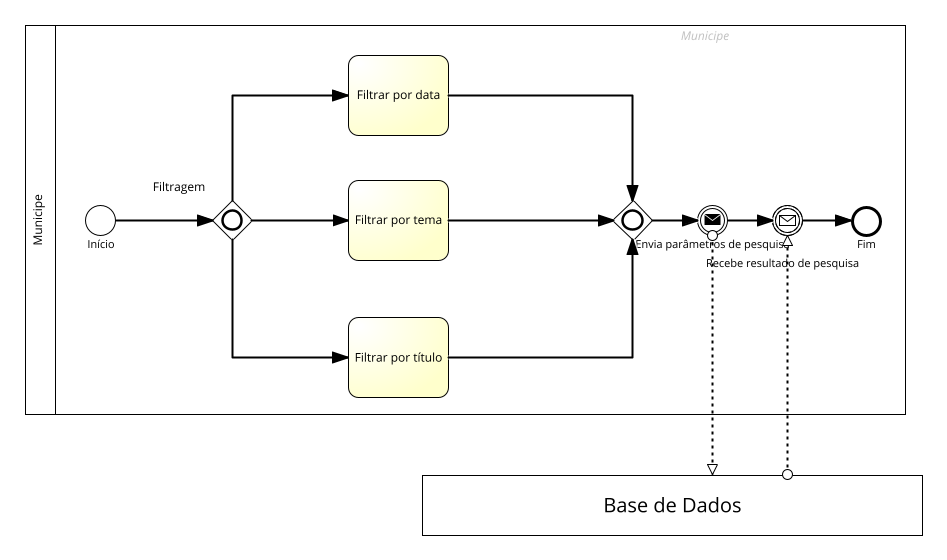
This is BPMNs/Noticias/Images/RFN4.png from Municip-io-org/Municip.io, a BPMN export, as it was before one commit. Its source is kept beside it as BPMNs/Noticias/RFN4.bpmn. Ids are renumbered.
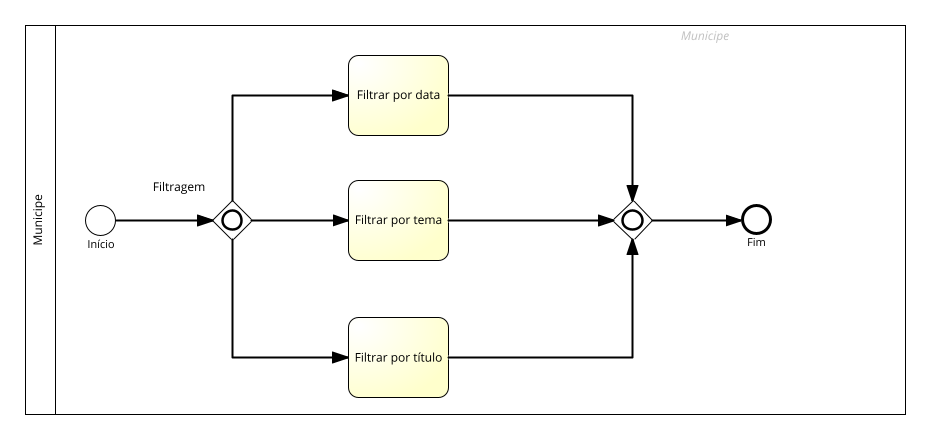
Later version of the same file.

Change to the diagram source:
```diff
@@ -1,11 +1,11 @@
-<?xml version="1.0" encoding="UTF-8"?><definitions xmlns="http://www.omg.org/spec/BPMN/20100524/MODEL" xmlns:bpmndi="http://www.omg.org/spec/BPMN/20100524/DI" xmlns:omgdc="http://www.omg.org/spec/DD/20100524/DC" xmlns:omgdi="http://www.omg.org/spec/DD/20100524/DI" xmlns:signavio="http://www.signavio.com" xmlns:xsi="http://www.w3.org/2001/XMLSchema-instance" exporter="Signavio Process Editor, http://www.signavio.com" exporterVersion="17.9.0" expressionLanguage="http://www.w3.org/TR/XPath" id="sid-157a9c1d-6e66-48d1-b200-639b5a5a9c5f" targetNamespace="http://www.signavio.com" typeLanguage="http://www.w3.org/2001/XMLSchema" xsi:schemaLocation="http://www.omg.org/spec/BPMN/20100524/MODEL http://www.omg.org/spec/BPMN/2.0/20100501/BPMN20.xsd">
-   <collaboration id="sid-ad73241c-e889-4287-970d-35ab36586cd3">
+<?xml version="1.0" encoding="UTF-8"?><definitions xmlns="http://www.omg.org/spec/BPMN/20100524/MODEL" xmlns:bpmndi="http://www.omg.org/spec/BPMN/20100524/DI" xmlns:omgdc="http://www.omg.org/spec/DD/20100524/DC" xmlns:omgdi="http://www.omg.org/spec/DD/20100524/DI" xmlns:signavio="http://www.signavio.com" xmlns:xsi="http://www.w3.org/2001/XMLSchema-instance" exporter="Signavio Process Editor, http://www.signavio.com" exporterVersion="17.15.0" expressionLanguage="http://www.w3.org/TR/XPath" id="sid-157a9c1d-6e66-48d1-b200-639b5a5a9c5f" targetNamespace="http://www.signavio.com" typeLanguage="http://www.w3.org/2001/XMLSchema" xsi:schemaLocation="http://www.omg.org/spec/BPMN/20100524/MODEL http://www.omg.org/spec/BPMN/2.0/20100501/BPMN20.xsd">
+   <collaboration id="sid-e9a7ad6e-2c09-41bf-b756-a25a3d3d9d16">
       <extensionElements>
          <signavio:signavioDiagramMetaData metaKey="prozessreifegrad" metaValue=""/>
          <signavio:signavioDiagramMetaData metaKey="iso9000ff" metaValue=""/>
          <signavio:signavioDiagramMetaData metaKey="processgoal" metaValue=""/>
          <signavio:signavioDiagramMetaData metaKey="meta-processowner" metaValue=""/>
-         <signavio:signavioDiagramMetaData metaKey="revisionid" metaValue="e3fc095404754c6c994b25d1fa93bbdc"/>
+         <signavio:signavioDiagramMetaData metaKey="revisionid" metaValue="eb7cad2e6b3b47d7afd05b3ccc3c3446"/>
       </extensionElements>
       <participant id="sid-DCD7CCAA-8809-4F1B-8243-74C1F9A059E7" name="Municipe" processRef="sid-C5FCC706-77D1-43B8-A001-2AEE66B290E7">
          <extensionElements>
@@ -13,26 +13,10 @@
             <signavio:signavioMetaData metaKey="bordercolor" metaValue="#000000"/>
          </extensionElements>
       </participant>
-      <participant id="sid-7A2A18C4-8FF3-4B7F-8CB9-556A29F79665" name="Base de Dados">
-         <extensionElements>
-            <signavio:signavioMetaData metaKey="bgcolor" metaValue="#ffffff"/>
-            <signavio:signavioMetaData metaKey="bordercolor" metaValue="#000000"/>
-         </extensionElements>
-      </participant>
-      <messageFlow id="sid-9C38969F-3E91-4042-A776-61A2841BA065" name="" sourceRef="sid-7A2A18C4-8FF3-4B7F-8CB9-556A29F79665" targetRef="sid-7187E254-A6F9-4554-86D1-46EA170EED2A">
-         <extensionElements>
-            <signavio:signavioMetaData metaKey="bordercolor" metaValue="#000000"/>
-         </extensionElements>
-      </messageFlow>
-      <messageFlow id="sid-03A1FD18-241A-4FD0-B939-0E3BC4689478" name="" sourceRef="sid-91C67C67-34A7-4FA0-9FC8-8E1BB63CE166" targetRef="sid-7A2A18C4-8FF3-4B7F-8CB9-556A29F79665">
-         <extensionElements>
-            <signavio:signavioMetaData metaKey="bordercolor" metaValue="#000000"/>
-         </extensionElements>
-      </messageFlow>
    </collaboration>
    <process id="sid-C5FCC706-77D1-43B8-A001-2AEE66B290E7" isClosed="false" isExecutable="false" name="Municipe" processType="None">
       <extensionElements/>
-      <laneSet id="sid-7f018409-044d-4947-ad14-b5edd7bd2057">
+      <laneSet id="sid-403eb311-b7a1-45fb-b07a-7717f91ca465">
          <lane id="sid-DBAD523A-2900-402E-BD57-1C6D17B38129">
             <extensionElements>
                <signavio:signavioMetaData metaKey="bgcolor" metaValue=""/>
@@ -45,8 +29,6 @@
             <flowNodeRef>sid-00DCC2E5-50A8-4701-A225-8251F32587C0</flowNodeRef>
             <flowNodeRef>sid-D9150A72-08A4-4C97-86B4-F2873805C495</flowNodeRef>
             <flowNodeRef>sid-4A91B732-51C6-48BF-9880-CD3CCF8035FC</flowNodeRef>
-            <flowNodeRef>sid-91C67C67-34A7-4FA0-9FC8-8E1BB63CE166</flowNodeRef>
-            <flowNodeRef>sid-7187E254-A6F9-4554-86D1-46EA170EED2A</flowNodeRef>
          </lane>
       </laneSet>
       <startEvent id="sid-8EEF604C-9214-4168-8D76-3311E387D966" isInterrupting="true" name="Início">
@@ -115,7 +97,7 @@
          <incoming>sid-0D5DDE34-E469-4FB5-A05E-AB993D0AF1B6</incoming>
          <incoming>sid-10468F64-1A49-4706-A99F-138A698219B2</incoming>
          <incoming>sid-FD92AD95-645E-4B66-8178-232144655B26</incoming>
-         <outgoing>sid-E79D5698-C195-4620-8A24-09EFE0690895</outgoing>
+         <outgoing>sid-273E1D35-95B7-4D8A-91E4-7AA9AF88100F</outgoing>
       </inclusiveGateway>
       <endEvent id="sid-4A91B732-51C6-48BF-9880-CD3CCF8035FC" name="Fim">
          <extensionElements>
@@ -123,27 +105,8 @@
             <signavio:signavioMetaData metaKey="bordercolor" metaValue="#000000"/>
             <signavio:signavioMetaData metaKey="nachfolgerprozesse" metaValue="[]"/>
          </extensionElements>
-         <incoming>sid-C6573833-553C-42A5-9EC3-EE5E715EEE68</incoming>
+         <incoming>sid-273E1D35-95B7-4D8A-91E4-7AA9AF88100F</incoming>
       </endEvent>
-      <intermediateThrowEvent id="sid-91C67C67-34A7-4FA0-9FC8-8E1BB63CE166" name="Envia parâmetros de pesquisa">
-         <extensionElements>
-            <signavio:signavioMetaData metaKey="bgcolor" metaValue="#ffffff"/>
-            <signavio:signavioMetaData metaKey="bordercolor" metaValue="#000000"/>
-         </extensionElements>
-         <incoming>sid-E79D5698-C195-4620-8A24-09EFE0690895</incoming>
-         <outgoing>sid-2A3E7902-C00C-4DA2-916F-8A6196B5D660</outgoing>
-         <messageEventDefinition id="sid-cbe91dd7-cba6-4d7a-9fe7-403e6a5521a9"/>
-      </intermediateThrowEvent>
-      <intermediateCatchEvent id="sid-7187E254-A6F9-4554-86D1-46EA170EED2A" name="Recebe resultado de pesquisa">
-         <extensionElements>
-            <signavio:signavioMetaData metaKey="bgcolor" metaValue="#ffffff"/>
-            <signavio:signavioMetaData metaKey="bordercolor" metaValue="#000000"/>
-            <signavio:signavioLabel ref="text_name" valign="middle" x="10.0" y="58.0"/>
-         </extensionElements>
-         <incoming>sid-2A3E7902-C00C-4DA2-916F-8A6196B5D660</incoming>
-         <outgoing>sid-C6573833-553C-42A5-9EC3-EE5E715EEE68</outgoing>
-         <messageEventDefinition id="sid-5d3890af-2621-465f-b065-77747f4db33c"/>
-      </intermediateCatchEvent>
       <sequenceFlow id="sid-61CAD52C-0A13-4489-9014-22F4C92CA995" isImmediate="true" name="" sourceRef="sid-8EEF604C-9214-4168-8D76-3311E387D966" targetRef="sid-E88CD57F-013B-4EA9-AF2A-E59AA53CC096">
          <extensionElements>
             <signavio:signavioMetaData metaKey="bordercolor" metaValue="#000000"/>
@@ -179,147 +142,103 @@
             <signavio:signavioMetaData metaKey="bordercolor" metaValue="#000000"/>
          </extensionElements>
       </sequenceFlow>
-      <sequenceFlow id="sid-E79D5698-C195-4620-8A24-09EFE0690895" isImmediate="true" name="" sourceRef="sid-D9150A72-08A4-4C97-86B4-F2873805C495" targetRef="sid-91C67C67-34A7-4FA0-9FC8-8E1BB63CE166">
-         <extensionElements>
-            <signavio:signavioMetaData metaKey="bordercolor" metaValue="#000000"/>
-         </extensionElements>
-      </sequenceFlow>
-      <sequenceFlow id="sid-2A3E7902-C00C-4DA2-916F-8A6196B5D660" name="" sourceRef="sid-91C67C67-34A7-4FA0-9FC8-8E1BB63CE166" targetRef="sid-7187E254-A6F9-4554-86D1-46EA170EED2A">
-         <extensionElements>
-            <signavio:signavioMetaData metaKey="bordercolor" metaValue="#000000"/>
-         </extensionElements>
-      </sequenceFlow>
-      <sequenceFlow id="sid-C6573833-553C-42A5-9EC3-EE5E715EEE68" name="" sourceRef="sid-7187E254-A6F9-4554-86D1-46EA170EED2A" targetRef="sid-4A91B732-51C6-48BF-9880-CD3CCF8035FC">
+      <sequenceFlow id="sid-273E1D35-95B7-4D8A-91E4-7AA9AF88100F" name="" sourceRef="sid-D9150A72-08A4-4C97-86B4-F2873805C495" targetRef="sid-4A91B732-51C6-48BF-9880-CD3CCF8035FC">
          <extensionElements>
             <signavio:signavioMetaData metaKey="bordercolor" metaValue="#000000"/>
          </extensionElements>
       </sequenceFlow>
    </process>
-   <bpmndi:BPMNDiagram id="sid-353494e7-7646-4a70-bf51-4760f4989681">
-      <bpmndi:BPMNPlane bpmnElement="sid-ad73241c-e889-4287-970d-35ab36586cd3" id="sid-93eed7c4-e54b-4b18-932a-12e2827cfe80">
+   <bpmndi:BPMNDiagram id="sid-648dade4-c641-4c14-84b4-c2206f7eb8a3">
+      <bpmndi:BPMNPlane bpmnElement="sid-e9a7ad6e-2c09-41bf-b756-a25a3d3d9d16" id="sid-73e54b8e-2ebc-48c4-bbb1-3fccd5492c01">
          <bpmndi:BPMNShape bpmnElement="sid-DCD7CCAA-8809-4F1B-8243-74C1F9A059E7" id="sid-DCD7CCAA-8809-4F1B-8243-74C1F9A059E7_gui" isHorizontal="true">
-            <omgdc:Bounds height="389.71396330544144" width="880.5280365581698" x="402.5764887891917" y="330.032984186082"/>
-            <bpmndi:BPMNLabel labelStyle="sid-b1992dcf-4692-40e0-890f-244b825a6384">
-               <omgdc:Bounds height="45.514286041259766" width="12.0" x="407.57650176537726" y="502.1328228181728"/>
-            </bpmndi:BPMNLabel>
-         </bpmndi:BPMNShape>
-         <bpmndi:BPMNShape bpmnElement="sid-7A2A18C4-8FF3-4B7F-8CB9-556A29F79665" id="sid-7A2A18C4-8FF3-4B7F-8CB9-556A29F79665_gui" isHorizontal="true">
-            <omgdc:Bounds height="60.0" width="500.0" x="800.0" y="780.2784637484"/>
-            <bpmndi:BPMNLabel labelStyle="sid-b1992dcf-4692-40e0-890f-244b825a6384">
-               <omgdc:Bounds height="20.0" width="136.28570556640625" x="981.8571472167969" y="797.2784637484"/>
+            <omgdc:Bounds height="389.71396330544144" width="880.5280365581698" x="702.5764887891917" y="330.032984186082"/>
+            <bpmndi:BPMNLabel labelStyle="sid-3e6d5a98-cde3-4915-8704-0ee2efcd98c8">
+               <omgdc:Bounds height="45.514286041259766" width="12.0" x="707.5765017653772" y="502.1328228181728"/>
             </bpmndi:BPMNLabel>
          </bpmndi:BPMNShape>
          <bpmndi:BPMNShape bpmnElement="sid-DBAD523A-2900-402E-BD57-1C6D17B38129" id="sid-DBAD523A-2900-402E-BD57-1C6D17B38129_gui" isHorizontal="true">
-            <omgdc:Bounds height="389.71396330544144" width="850.5280365581698" x="432.5764887891917" y="330.032984186082"/>
+            <omgdc:Bounds height="389.71396330544144" width="850.5280365581698" x="732.5764887891917" y="330.032984186082"/>
          </bpmndi:BPMNShape>
          <bpmndi:BPMNShape bpmnElement="sid-8EEF604C-9214-4168-8D76-3311E387D966" id="sid-8EEF604C-9214-4168-8D76-3311E387D966_gui">
-            <omgdc:Bounds height="30.0" width="30.0" x="463.5448184927897" y="510.03297658599854"/>
-            <bpmndi:BPMNLabel labelStyle="sid-b6ecdd0a-f05b-4269-b5a0-208ad45ce981">
-               <omgdc:Bounds height="11.0" width="29.700000762939453" x="463.69481811132" y="542.0329765859985"/>
+            <omgdc:Bounds height="30.0" width="30.0" x="763.5448184927897" y="510.03297658599854"/>
+            <bpmndi:BPMNLabel labelStyle="sid-d90190ca-2346-4ea1-aa4a-588370b154f4">
+               <omgdc:Bounds height="11.0" width="29.700000762939453" x="763.6948181113199" y="542.0329765859985"/>
             </bpmndi:BPMNLabel>
          </bpmndi:BPMNShape>
          <bpmndi:BPMNShape bpmnElement="sid-E88CD57F-013B-4EA9-AF2A-E59AA53CC096" id="sid-E88CD57F-013B-4EA9-AF2A-E59AA53CC096_gui">
-            <omgdc:Bounds height="40.0" width="40.0" x="589.808689895101" y="505.03297666050435"/>
-            <bpmndi:BPMNLabel labelStyle="sid-b6ecdd0a-f05b-4269-b5a0-208ad45ce981">
-               <omgdc:Bounds height="12.0" width="49.371429443359375" x="533.4372604517416" y="484.03297666050435"/>
+            <omgdc:Bounds height="40.0" width="40.0" x="889.808689895101" y="505.03297666050435"/>
+            <bpmndi:BPMNLabel labelStyle="sid-d90190ca-2346-4ea1-aa4a-588370b154f4">
+               <omgdc:Bounds height="12.0" width="49.371429443359375" x="833.4372604517416" y="484.03297666050435"/>
             </bpmndi:BPMNLabel>
          </bpmndi:BPMNShape>
          <bpmndi:BPMNShape bpmnElement="sid-1807B23B-6447-451F-8563-2D61BA753D08" id="sid-1807B23B-6447-451F-8563-2D61BA753D08_gui">
-            <omgdc:Bounds height="80.0" width="100.0" x="726.0725543900562" y="360.0329905613992"/>
-            <bpmndi:BPMNLabel labelStyle="sid-b1992dcf-4692-40e0-890f-244b825a6384">
-               <omgdc:Bounds height="12.0" width="81.0" x="735.5725543900562" y="392.0329905613992"/>
+            <omgdc:Bounds height="80.0" width="100.0" x="1026.0725543900562" y="360.0329905613992"/>
+            <bpmndi:BPMNLabel labelStyle="sid-3e6d5a98-cde3-4915-8704-0ee2efcd98c8">
+               <omgdc:Bounds height="12.0" width="81.0" x="1035.5725543900562" y="392.0329905613992"/>
             </bpmndi:BPMNLabel>
          </bpmndi:BPMNShape>
          <bpmndi:BPMNShape bpmnElement="sid-245E7D58-AFA5-4433-93EE-1C125C90E307" id="sid-245E7D58-AFA5-4433-93EE-1C125C90E307_gui">
-            <omgdc:Bounds height="80.00000000000006" width="100.0" x="726.0725543900562" y="485.0329837599633"/>
-            <bpmndi:BPMNLabel labelStyle="sid-b1992dcf-4692-40e0-890f-244b825a6384">
-               <omgdc:Bounds height="12.0" width="84.08572387695312" x="734.0296924515796" y="517.0329837599634"/>
+            <omgdc:Bounds height="80.00000000000006" width="100.0" x="1026.0725543900562" y="485.0329837599633"/>
+            <bpmndi:BPMNLabel labelStyle="sid-3e6d5a98-cde3-4915-8704-0ee2efcd98c8">
+               <omgdc:Bounds height="12.0" width="84.08572387695312" x="1034.0296924515796" y="517.0329837599634"/>
             </bpmndi:BPMNLabel>
          </bpmndi:BPMNShape>
          <bpmndi:BPMNShape bpmnElement="sid-00DCC2E5-50A8-4701-A225-8251F32587C0" id="sid-00DCC2E5-50A8-4701-A225-8251F32587C0_gui">
-            <omgdc:Bounds height="80.0" width="100.0" x="726.0725652093804" y="622.6557201671992"/>
-            <bpmndi:BPMNLabel labelStyle="sid-b1992dcf-4692-40e0-890f-244b825a6384">
-               <omgdc:Bounds height="12.0" width="89.4857177734375" x="731.3297063226617" y="654.6557201671992"/>
+            <omgdc:Bounds height="80.0" width="100.0" x="1026.0725652093804" y="622.6557201671992"/>
+            <bpmndi:BPMNLabel labelStyle="sid-3e6d5a98-cde3-4915-8704-0ee2efcd98c8">
+               <omgdc:Bounds height="12.0" width="89.4857177734375" x="1031.3297063226617" y="654.6557201671992"/>
             </bpmndi:BPMNLabel>
          </bpmndi:BPMNShape>
          <bpmndi:BPMNShape bpmnElement="sid-D9150A72-08A4-4C97-86B4-F2873805C495" id="sid-D9150A72-08A4-4C97-86B4-F2873805C495_gui">
-            <omgdc:Bounds height="40.0" width="40.0" x="990.0989673118697" y="505.0329765859984"/>
+            <omgdc:Bounds height="40.0" width="40.0" x="1290.0989673118697" y="505.0329765859984"/>
          </bpmndi:BPMNShape>
          <bpmndi:BPMNShape bpmnElement="sid-4A91B732-51C6-48BF-9880-CD3CCF8035FC" id="sid-4A91B732-51C6-48BF-9880-CD3CCF8035FC_gui">
-            <omgdc:Bounds height="26.0" width="26.0" x="1229.999981671572" y="512.0329765561961"/>
-            <bpmndi:BPMNLabel labelStyle="sid-b6ecdd0a-f05b-4269-b5a0-208ad45ce981">
-               <omgdc:Bounds height="11.0" width="16.97142791748047" x="1235.5142677128317" y="542.0329765561961"/>
-            </bpmndi:BPMNLabel>
-         </bpmndi:BPMNShape>
-         <bpmndi:BPMNShape bpmnElement="sid-91C67C67-34A7-4FA0-9FC8-8E1BB63CE166" id="sid-91C67C67-34A7-4FA0-9FC8-8E1BB63CE166_gui">
-            <omgdc:Bounds height="30.0" width="30.0" x="1075.098951291647" y="510.03297658599837"/>
-            <bpmndi:BPMNLabel labelStyle="sid-b6ecdd0a-f05b-4269-b5a0-208ad45ce981">
-               <omgdc:Bounds height="11.0" width="150.62142944335938" x="1014.7882365699672" y="542.0329765859983"/>
-            </bpmndi:BPMNLabel>
-         </bpmndi:BPMNShape>
-         <bpmndi:BPMNShape bpmnElement="sid-7187E254-A6F9-4554-86D1-46EA170EED2A" id="sid-7187E254-A6F9-4554-86D1-46EA170EED2A_gui">
-            <omgdc:Bounds height="30.0" width="30.0" x="1150.0989673118697" y="510.03297658599837"/>
-            <bpmndi:BPMNLabel labelStyle="sid-b6ecdd0a-f05b-4269-b5a0-208ad45ce981">
-               <omgdc:Bounds height="11.0" width="148.5" x="1085.8489673118697" y="561.0329765859983"/>
+            <omgdc:Bounds height="30.0" width="30.0" x="1420.0" y="510.0329765859984"/>
+            <bpmndi:BPMNLabel labelStyle="sid-d90190ca-2346-4ea1-aa4a-588370b154f4">
+               <omgdc:Bounds height="11.0" width="16.97142791748047" x="1425.5142860412598" y="540.0329765859984"/>
             </bpmndi:BPMNLabel>
          </bpmndi:BPMNShape>
          <bpmndi:BPMNEdge bpmnElement="sid-61CAD52C-0A13-4489-9014-22F4C92CA995" id="sid-61CAD52C-0A13-4489-9014-22F4C92CA995_gui">
-            <omgdi:waypoint x="493.5448184927897" y="525.0329765945125"/>
-            <omgdi:waypoint x="589.808689895101" y="525.0329766491523"/>
+            <omgdi:waypoint x="793.5448184927897" y="525.0329765945125"/>
+            <omgdi:waypoint x="889.808689895101" y="525.0329766491523"/>
          </bpmndi:BPMNEdge>
          <bpmndi:BPMNEdge bpmnElement="sid-75942022-95C6-452D-9CB2-94B7F83E0109" id="sid-75942022-95C6-452D-9CB2-94B7F83E0109_gui">
-            <omgdi:waypoint x="609.808689895101" y="505.03297666050435"/>
-            <omgdi:waypoint x="609.808689895101" y="400.0329905613992"/>
-            <omgdi:waypoint x="726.0725543900562" y="400.0329905613992"/>
+            <omgdi:waypoint x="909.808689895101" y="505.03297666050435"/>
+            <omgdi:waypoint x="909.808689895101" y="400.0329905613992"/>
+            <omgdi:waypoint x="1026.0725543900562" y="400.0329905613992"/>
          </bpmndi:BPMNEdge>
          <bpmndi:BPMNEdge bpmnElement="sid-C64038CD-5B7E-4981-9078-C02DCF690E1E" id="sid-C64038CD-5B7E-4981-9078-C02DCF690E1E_gui">
-            <omgdi:waypoint x="629.808689895101" y="525.0589214208787"/>
-            <omgdi:waypoint x="726.0725543900562" y="525.1837985657307"/>
+            <omgdi:waypoint x="929.808689895101" y="525.0589214208787"/>
+            <omgdi:waypoint x="1026.0725543900562" y="525.1837985657307"/>
          </bpmndi:BPMNEdge>
          <bpmndi:BPMNEdge bpmnElement="sid-8BD8C972-BAAE-47FD-97AF-F84171E9FD04" id="sid-8BD8C972-BAAE-47FD-97AF-F84171E9FD04_gui">
-            <omgdi:waypoint x="609.808689895101" y="545.0329766605043"/>
-            <omgdi:waypoint x="609.808689895101" y="662.6557201671992"/>
-            <omgdi:waypoint x="726.0725652093804" y="662.6557201671992"/>
+            <omgdi:waypoint x="909.808689895101" y="545.0329766605043"/>
+            <omgdi:waypoint x="909.808689895101" y="662.6557201671992"/>
+            <omgdi:waypoint x="1026.0725652093804" y="662.6557201671992"/>
          </bpmndi:BPMNEdge>
          <bpmndi:BPMNEdge bpmnElement="sid-0D5DDE34-E469-4FB5-A05E-AB993D0AF1B6" id="sid-0D5DDE34-E469-4FB5-A05E-AB993D0AF1B6_gui">
-            <omgdi:waypoint x="826.0725543900562" y="400.0329905613992"/>
-            <omgdi:waypoint x="1010.0989673118697" y="400.0329905613992"/>
-            <omgdi:waypoint x="1010.0989673118697" y="505.0329765859984"/>
+            <omgdi:waypoint x="1126.0725543900562" y="400.0329905613992"/>
+            <omgdi:waypoint x="1310.0989673118697" y="400.0329905613992"/>
+            <omgdi:waypoint x="1310.0989673118697" y="505.0329765859984"/>
          </bpmndi:BPMNEdge>
          <bpmndi:BPMNEdge bpmnElement="sid-10468F64-1A49-4706-A99F-138A698219B2" id="sid-10468F64-1A49-4706-A99F-138A698219B2_gui">
-            <omgdi:waypoint x="826.0725543900562" y="525.1395800319581"/>
-            <omgdi:waypoint x="990.0989673118697" y="525.0445622539759"/>
+            <omgdi:waypoint x="1126.0725543900562" y="525.1395800319581"/>
+            <omgdi:waypoint x="1290.0989673118697" y="525.0445622539759"/>
          </bpmndi:BPMNEdge>
          <bpmndi:BPMNEdge bpmnElement="sid-FD92AD95-645E-4B66-8178-232144655B26" id="sid-FD92AD95-645E-4B66-8178-232144655B26_gui">
-            <omgdi:waypoint x="826.0725652093804" y="662.6557201671992"/>
-            <omgdi:waypoint x="1010.0989673118697" y="662.6557201671992"/>
-            <omgdi:waypoint x="1010.0989673118697" y="545.0329765859984"/>
+            <omgdi:waypoint x="1126.0725652093804" y="662.6557201671992"/>
+            <omgdi:waypoint x="1310.0989673118697" y="662.6557201671992"/>
+            <omgdi:waypoint x="1310.0989673118697" y="545.0329765859984"/>
          </bpmndi:BPMNEdge>
-         <bpmndi:BPMNEdge bpmnElement="sid-E79D5698-C195-4620-8A24-09EFE0690895" id="sid-E79D5698-C195-4620-8A24-09EFE0690895_gui">
-            <omgdi:waypoint x="1030.0989673118697" y="525.0329765859984"/>
-            <omgdi:waypoint x="1075.098951291647" y="525.0329765859984"/>
-         </bpmndi:BPMNEdge>
-         <bpmndi:BPMNEdge bpmnElement="sid-2A3E7902-C00C-4DA2-916F-8A6196B5D660" id="sid-2A3E7902-C00C-4DA2-916F-8A6196B5D660_gui">
-            <omgdi:waypoint x="1105.098951291647" y="525.0329765859983"/>
-            <omgdi:waypoint x="1150.0989673118697" y="525.0329765859983"/>
-         </bpmndi:BPMNEdge>
-         <bpmndi:BPMNEdge bpmnElement="sid-C6573833-553C-42A5-9EC3-EE5E715EEE68" id="sid-C6573833-553C-42A5-9EC3-EE5E715EEE68_gui">
-            <omgdi:waypoint x="1180.0989673118697" y="525.0329765802599"/>
-            <omgdi:waypoint x="1229.999981671572" y="525.0329765611694"/>
-         </bpmndi:BPMNEdge>
-         <bpmndi:BPMNEdge bpmnElement="sid-9C38969F-3E91-4042-A776-61A2841BA065" id="sid-9C38969F-3E91-4042-A776-61A2841BA065_gui">
-            <omgdi:waypoint x="1165.0989673118697" y="780.2784637484"/>
-            <omgdi:waypoint x="1165.0989673118697" y="540.0329765859983"/>
-         </bpmndi:BPMNEdge>
-         <bpmndi:BPMNEdge bpmnElement="sid-03A1FD18-241A-4FD0-B939-0E3BC4689478" id="sid-03A1FD18-241A-4FD0-B939-0E3BC4689478_gui">
-            <omgdi:waypoint x="1090.098951291647" y="540.0329765859983"/>
-            <omgdi:waypoint x="1090.098951291647" y="780.2784637484"/>
+         <bpmndi:BPMNEdge bpmnElement="sid-273E1D35-95B7-4D8A-91E4-7AA9AF88100F" id="sid-273E1D35-95B7-4D8A-91E4-7AA9AF88100F_gui">
+            <omgdi:waypoint x="1330.0989673118697" y="525.4546010308337"/>
+            <omgdi:waypoint x="1420.0" y="525.0932654745867"/>
          </bpmndi:BPMNEdge>
       </bpmndi:BPMNPlane>
-      <bpmndi:BPMNLabelStyle id="sid-b6ecdd0a-f05b-4269-b5a0-208ad45ce981">
+      <bpmndi:BPMNLabelStyle id="sid-d90190ca-2346-4ea1-aa4a-588370b154f4">
          <omgdc:Font isBold="false" isItalic="false" isStrikeThrough="false" isUnderline="false" name="Arial" size="11.0"/>
       </bpmndi:BPMNLabelStyle>
-      <bpmndi:BPMNLabelStyle id="sid-b1992dcf-4692-40e0-890f-244b825a6384">
+      <bpmndi:BPMNLabelStyle id="sid-3e6d5a98-cde3-4915-8704-0ee2efcd98c8">
          <omgdc:Font isBold="false" isItalic="false" isStrikeThrough="false" isUnderline="false" name="Arial" size="12.0"/>
       </bpmndi:BPMNLabelStyle>
    </bpmndi:BPMNDiagram>
```
